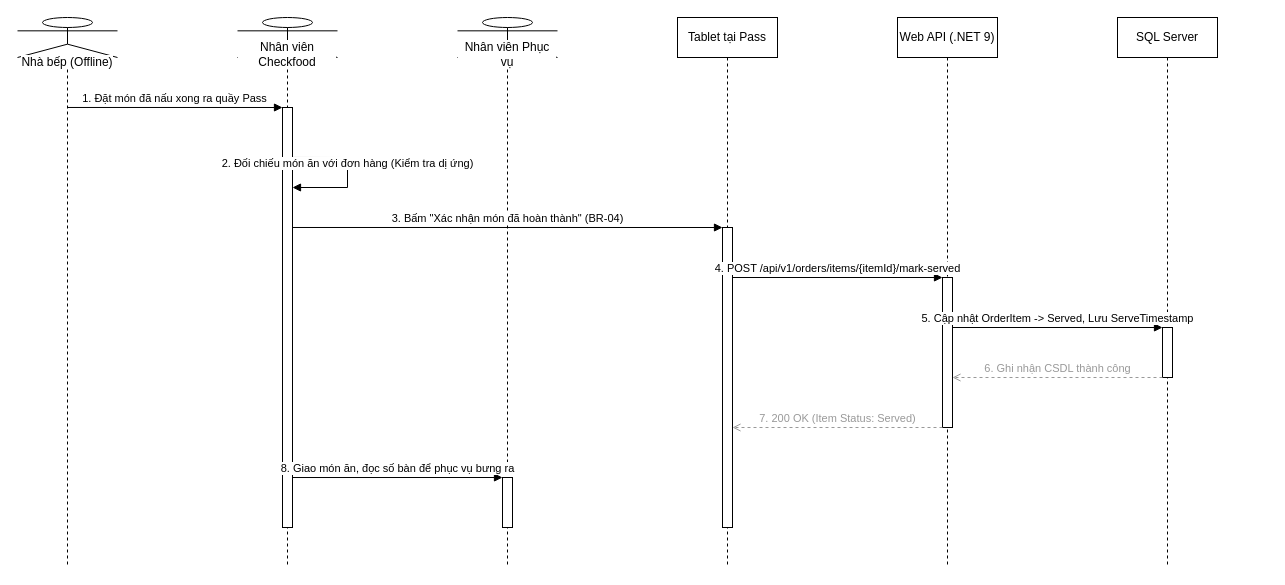
This is docs/phase1/drawio/sd03_serving_confirmation.drawio from AndrewQng/VinDining, a draw.io file, before an edit. Source tidied: cells renumbered, new cells numbered last; positions are measured from the earlier drawing's top-left corner, leaving out a move shared by most shapes. Both pictures are drawn from the tidied source at 100%, with x=0, y=0 at pixel (17, 17).
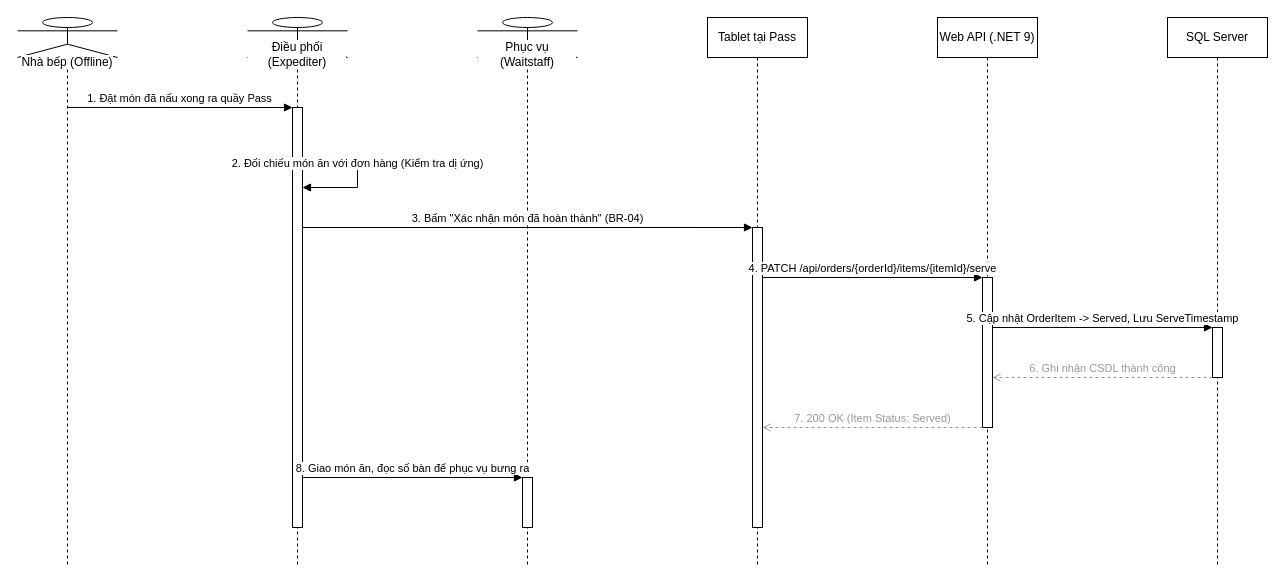
The same page after the edit.

The change refers to these unchanged cells:
```xml
<mxCell id="9" style="html=1;points=[];perimeter=orthogonalPerimeter;outlineConnect=0;fillColor=#ffffff;" parent="6" vertex="1">
  <mxGeometry x="45" y="260" width="10" height="150" as="geometry" />
</mxCell>
<mxCell id="10" style="html=1;points=[];perimeter=orthogonalPerimeter;outlineConnect=0;fillColor=#ffffff;" parent="3" vertex="1">
  <mxGeometry x="45" y="90" width="10" height="420" as="geometry" />
</mxCell>
<mxCell id="11" style="html=1;points=[];perimeter=orthogonalPerimeter;outlineConnect=0;fillColor=#ffffff;" parent="5" vertex="1">
  <mxGeometry x="45" y="210" width="10" height="300" as="geometry" />
</mxCell>
```

What changed in the source:
```diff
@@
-    <mxCell id="3" value="Nhân viên Checkfood" style="shape=umlLifeline;perimeter=lifelinePerimeter;whiteSpace=wrap;html=1;size=40;participant=umlActor;verticalAlign=bottom;spacingBottom=-14;labelBackgroundColor=#ffffff;" parent="1" vertex="1">
-      <mxGeometry x="220" width="100" height="550" as="geometry" />
+    <mxCell id="3" value="Điều phối (Expediter)" style="shape=umlLifeline;perimeter=lifelinePerimeter;whiteSpace=wrap;html=1;size=40;participant=umlActor;verticalAlign=bottom;spacingBottom=-14;labelBackgroundColor=#ffffff;" parent="1" vertex="1">
+      <mxGeometry x="230" width="100" height="550" as="geometry" />
     </mxCell>
-    <mxCell id="4" value="Nhân viên Phục vụ" style="shape=umlLifeline;perimeter=lifelinePerimeter;whiteSpace=wrap;html=1;size=40;participant=umlActor;verticalAlign=bottom;spacingBottom=-14;labelBackgroundColor=#ffffff;" parent="1" vertex="1">
-      <mxGeometry x="440" width="100" height="550" as="geometry" />
+    <mxCell id="4" value="Phục vụ (Waitstaff)" style="shape=umlLifeline;perimeter=lifelinePerimeter;whiteSpace=wrap;html=1;size=40;participant=umlActor;verticalAlign=bottom;spacingBottom=-14;labelBackgroundColor=#ffffff;" parent="1" vertex="1">
+      <mxGeometry x="460" width="100" height="550" as="geometry" />
     </mxCell>
     <mxCell id="5" value="Tablet tại Pass" style="shape=umlLifeline;perimeter=lifelinePerimeter;whiteSpace=wrap;html=1;size=40;" parent="1" vertex="1">
-      <mxGeometry x="660" width="100" height="550" as="geometry" />
+      <mxGeometry x="690" width="100" height="550" as="geometry" />
     </mxCell>
     <mxCell id="6" value="Web API (.NET 9)" style="shape=umlLifeline;perimeter=lifelinePerimeter;whiteSpace=wrap;html=1;size=40;" parent="1" vertex="1">
-      <mxGeometry x="880" width="100" height="550" as="geometry" />
+      <mxGeometry x="920" width="100" height="550" as="geometry" />
     </mxCell>
     <mxCell id="7" value="SQL Server" style="shape=umlLifeline;perimeter=lifelinePerimeter;whiteSpace=wrap;html=1;size=40;" parent="1" vertex="1">
-      <mxGeometry x="1100" width="100" height="550" as="geometry" />
+      <mxGeometry x="1150" width="100" height="550" as="geometry" />
     </mxCell>
@@
     <mxCell id="14" value="2. Đối chiếu món ăn với đơn hàng (Kiểm tra dị ứng)" style="html=1;verticalAlign=bottom;endArrow=block;curved=0;rounded=0;exitX=1;exitY=0.119;entryX=1;entryY=0.1905;" parent="1" edge="1" source="10" target="10">
       <mxGeometry relative="1" as="geometry">
         <Array as="points">
-          <mxPoint x="330" y="140" />
-          <mxPoint x="330" y="170" />
+          <mxPoint x="340" y="140" />
+          <mxPoint x="340" y="170" />
         </Array>
       </mxGeometry>
     </mxCell>
@@
-    <mxCell id="16" value="4. POST /api/v1/orders/items/{itemId}/mark-served" style="html=1;verticalAlign=bottom;endArrow=block;curved=0;rounded=0;exitX=1;exitY=0.1667;entryX=0;entryY=0.0;" parent="1" edge="1" source="11" target="9">
+    <mxCell id="16" value="4. PATCH /api/orders/{orderId}/items/{itemId}/serve" style="html=1;verticalAlign=bottom;endArrow=block;curved=0;rounded=0;exitX=1;exitY=0.1667;entryX=0;entryY=0.0;" parent="1" edge="1" source="11" target="9">
       <mxGeometry relative="1" as="geometry" />
     </mxCell>
```
